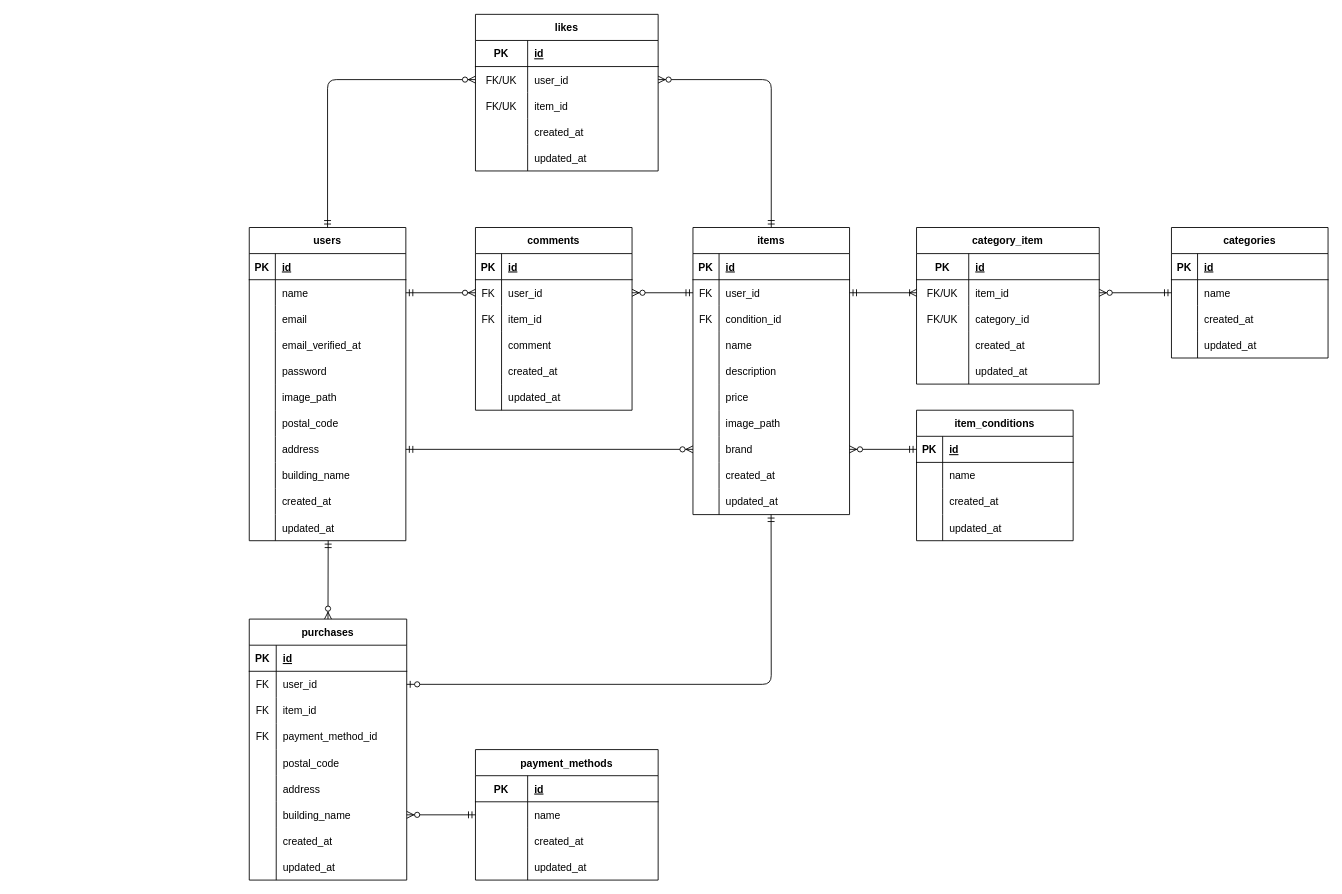
Before: ER.drawio in fukuda983667/coachtech-furima-back, a draw.io diagram. Source tidied: cells renumbered, new cells numbered last; positions are measured from the earlier drawing's top-left corner, leaving out a move shared by most shapes. Both pictures are drawn from the tidied source at 87%, with x=0, y=0 at pixel (249, 14).
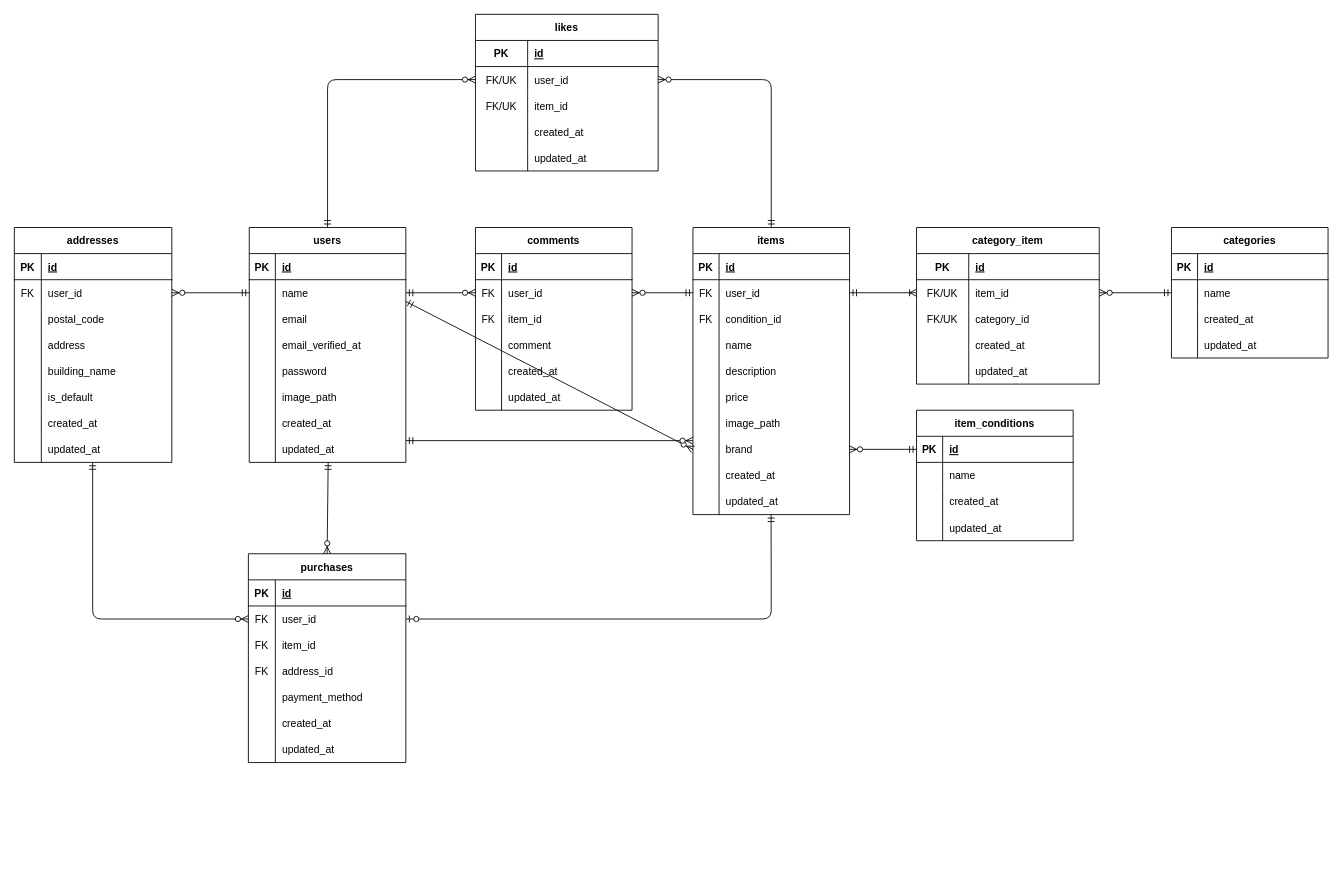
The same page after the edit.

The change refers to these unchanged cells:
```xml
<mxCell id="24" style="shape=tableRow;horizontal=0;startSize=0;swimlaneHead=0;swimlaneBody=0;fillColor=none;points=[[0,0.5],[1,0.5]];portConstraint=eastwest;top=0;left=0;right=0;bottom=0;" parent="2" vertex="1">
  <mxGeometry y="240" width="180" height="30" as="geometry" />
</mxCell>
<mxCell id="30" style="shape=tableRow;horizontal=0;startSize=0;swimlaneHead=0;swimlaneBody=0;fillColor=none;points=[[0,0.5],[1,0.5]];portConstraint=eastwest;top=0;left=0;right=0;bottom=0;" parent="2" vertex="1">
  <mxGeometry y="300" width="180" height="30" as="geometry" />
</mxCell>
<mxCell id="53" style="shape=tableRow;horizontal=0;startSize=0;swimlaneHead=0;swimlaneBody=0;fillColor=none;points=[[0,0.5],[1,0.5]];portConstraint=eastwest;top=0;left=0;right=0;bottom=0;" parent="49" vertex="1">
  <mxGeometry y="60" width="180" height="30" as="geometry" />
</mxCell>
<mxCell id="87" style="shape=tableRow;horizontal=0;startSize=0;swimlaneHead=0;swimlaneBody=0;fillColor=none;points=[[0,0.5],[1,0.5]];portConstraint=eastwest;top=0;left=0;right=0;bottom=0;" parent="83" vertex="1">
  <mxGeometry y="60" width="181" height="30" as="geometry" />
</mxCell>
<mxCell id="93" style="shape=tableRow;horizontal=0;startSize=0;swimlaneHead=0;swimlaneBody=0;fillColor=none;top=0;left=0;right=0;bottom=0;" parent="83" vertex="1">
  <mxGeometry y="120" width="181" height="30" as="geometry" />
</mxCell>
<mxCell id="96" style="shape=tableRow;horizontal=0;startSize=0;swimlaneHead=0;swimlaneBody=0;fillColor=none;top=0;left=0;right=0;bottom=0;" parent="83" vertex="1">
  <mxGeometry y="150" width="181" height="30" as="geometry" />
</mxCell>
```

The edit, as a diff of the source:
```diff
@@
     <mxCell id="49" value="users" style="shape=table;startSize=30;childLayout=tableLayout;rowLines=0;fontStyle=1;align=center;" parent="1" vertex="1">
-      <mxGeometry y="245" width="180" height="360" as="geometry" />
+      <mxGeometry y="245" width="180" height="270" as="geometry" />
     </mxCell>
@@
-    <mxCell id="68" style="shape=tableRow;horizontal=0;startSize=0;swimlaneHead=0;swimlaneBody=0;fillColor=none;top=0;left=0;right=0;bottom=0;" parent="49" vertex="1">
-      <mxGeometry y="210" width="180" height="30" as="geometry" />
-    </mxCell>
-    <mxCell id="69" style="shape=partialRectangle;fillColor=none;top=0;left=0;bottom=0;right=0;overflow=hidden;" parent="68" vertex="1">
-      <mxGeometry width="30" height="30" as="geometry" />
-    </mxCell>
-    <mxCell id="70" value="postal_code" style="shape=partialRectangle;fillColor=none;top=0;left=0;bottom=0;right=0;align=left;spacingLeft=6;overflow=hidden;" parent="68" vertex="1">
-      <mxGeometry x="30" width="150" height="30" as="geometry" />
-    </mxCell>
-    <mxCell id="71" style="shape=tableRow;horizontal=0;startSize=0;swimlaneHead=0;swimlaneBody=0;fillColor=none;points=[[0,0.5],[1,0.5]];portConstraint=eastwest;top=0;left=0;right=0;bottom=0;" parent="49" vertex="1">
-      <mxGeometry y="240" width="180" height="30" as="geometry" />
-    </mxCell>
-    <mxCell id="72" style="shape=partialRectangle;fillColor=none;top=0;left=0;bottom=0;right=0;overflow=hidden;" parent="71" vertex="1">
-      <mxGeometry width="30" height="30" as="geometry" />
-    </mxCell>
-    <mxCell id="73" value="address" style="shape=partialRectangle;fillColor=none;top=0;left=0;bottom=0;right=0;align=left;spacingLeft=6;overflow=hidden;" parent="71" vertex="1">
-      <mxGeometry x="30" width="150" height="30" as="geometry" />
-    </mxCell>
-    <mxCell id="74" style="shape=tableRow;horizontal=0;startSize=0;swimlaneHead=0;swimlaneBody=0;fillColor=none;top=0;left=0;right=0;bottom=0;" parent="49" vertex="1">
-      <mxGeometry y="270" width="180" height="30" as="geometry" />
-    </mxCell>
-    <mxCell id="75" style="shape=partialRectangle;fillColor=none;top=0;left=0;bottom=0;right=0;overflow=hidden;" parent="74" vertex="1">
-      <mxGeometry width="30" height="30" as="geometry" />
-    </mxCell>
-    <mxCell id="76" value="building_name" style="shape=partialRectangle;fillColor=none;top=0;left=0;bottom=0;right=0;align=left;spacingLeft=6;overflow=hidden;" parent="74" vertex="1">
-      <mxGeometry x="30" width="150" height="30" as="geometry" />
-    </mxCell>
     <mxCell id="77" style="shape=tableRow;horizontal=0;startSize=0;swimlaneHead=0;swimlaneBody=0;fillColor=none;top=0;left=0;right=0;bottom=0;" parent="49" vertex="1">
-      <mxGeometry y="300" width="180" height="30" as="geometry" />
+      <mxGeometry y="210" width="180" height="30" as="geometry" />
     </mxCell>
@@
     <mxCell id="80" style="shape=tableRow;horizontal=0;startSize=0;swimlaneHead=0;swimlaneBody=0;fillColor=none;points=[[0,0.5],[1,0.5]];portConstraint=eastwest;top=0;left=0;right=0;bottom=0;" parent="49" vertex="1">
-      <mxGeometry y="330" width="180" height="30" as="geometry" />
+      <mxGeometry y="240" width="180" height="30" as="geometry" />
     </mxCell>
@@
     <mxCell id="83" value="purchases" style="shape=table;startSize=30;childLayout=tableLayout;rowLines=0;fontStyle=1;align=center;" parent="1" vertex="1">
-      <mxGeometry y="695.1" width="181" height="300" as="geometry" />
+      <mxGeometry x="-1" y="620" width="181" height="240" as="geometry" />
     </mxCell>
@@
-    <mxCell id="95" value="payment_method_id" style="shape=partialRectangle;fillColor=none;top=0;left=0;bottom=0;right=0;align=left;spacingLeft=6;overflow=hidden;" parent="93" vertex="1">
+    <mxCell id="95" value="address_id" style="shape=partialRectangle;fillColor=none;top=0;left=0;bottom=0;right=0;align=left;spacingLeft=6;overflow=hidden;" parent="93" vertex="1">
       <mxGeometry x="31" width="150" height="30" as="geometry" />
     </mxCell>
@@
-    <mxCell id="98" value="postal_code" style="shape=partialRectangle;fillColor=none;top=0;left=0;bottom=0;right=0;align=left;spacingLeft=6;overflow=hidden;" parent="96" vertex="1">
+    <mxCell id="98" value="payment_method" style="shape=partialRectangle;fillColor=none;top=0;left=0;bottom=0;right=0;align=left;spacingLeft=6;overflow=hidden;" parent="96" vertex="1">
       <mxGeometry x="31" width="150" height="30" as="geometry" />
     </mxCell>
-    <mxCell id="99" style="shape=tableRow;horizontal=0;startSize=0;swimlaneHead=0;swimlaneBody=0;fillColor=none;top=0;left=0;right=0;bottom=0;" parent="83" vertex="1">
-      <mxGeometry y="180" width="181" height="30" as="geometry" />
-    </mxCell>
-    <mxCell id="100" style="shape=partialRectangle;fillColor=none;top=0;left=0;bottom=0;right=0;overflow=hidden;fontSize=8;" parent="99" vertex="1">
-      <mxGeometry width="31" height="30" as="geometry" />
-    </mxCell>
-    <mxCell id="101" value="address" style="shape=partialRectangle;fillColor=none;top=0;left=0;bottom=0;right=0;align=left;spacingLeft=6;overflow=hidden;" parent="99" vertex="1">
-      <mxGeometry x="31" width="150" height="30" as="geometry" />
-    </mxCell>
-    <mxCell id="102" style="shape=tableRow;horizontal=0;startSize=0;swimlaneHead=0;swimlaneBody=0;fillColor=none;points=[[0,0.5],[1,0.5]];portConstraint=eastwest;top=0;left=0;right=0;bottom=0;" parent="83" vertex="1">
-      <mxGeometry y="210" width="181" height="30" as="geometry" />
-    </mxCell>
-    <mxCell id="103" style="shape=partialRectangle;fillColor=none;top=0;left=0;bottom=0;right=0;overflow=hidden;fontSize=8;" parent="102" vertex="1">
-      <mxGeometry width="31" height="30" as="geometry" />
-    </mxCell>
-    <mxCell id="104" value="building_name" style="shape=partialRectangle;fillColor=none;top=0;left=0;bottom=0;right=0;align=left;spacingLeft=6;overflow=hidden;" parent="102" vertex="1">
-      <mxGeometry x="31" width="150" height="30" as="geometry" />
-    </mxCell>
     <mxCell id="105" style="shape=tableRow;horizontal=0;startSize=0;swimlaneHead=0;swimlaneBody=0;fillColor=none;top=0;left=0;right=0;bottom=0;" parent="83" vertex="1">
-      <mxGeometry y="240" width="181" height="30" as="geometry" />
+      <mxGeometry y="180" width="181" height="30" as="geometry" />
     </mxCell>
@@
     <mxCell id="108" style="shape=tableRow;horizontal=0;startSize=0;swimlaneHead=0;swimlaneBody=0;fillColor=none;top=0;left=0;right=0;bottom=0;" parent="83" vertex="1">
-      <mxGeometry y="270" width="181" height="30" as="geometry" />
+      <mxGeometry y="210" width="181" height="30" as="geometry" />
     </mxCell>
@@
-    <mxCell id="165" style="fontSize=12;html=1;endArrow=ERzeroToMany;startArrow=ERmandOne;elbow=vertical;entryX=0.5;entryY=0;entryDx=0;entryDy=0;exitX=0.504;exitY=0.997;exitDx=0;exitDy=0;exitPerimeter=0;" parent="1" edge="1" source="80" target="83">
+    <mxCell id="165" style="fontSize=12;html=1;endArrow=ERzeroToMany;startArrow=ERmandOne;elbow=vertical;exitX=0.504;exitY=0.997;exitDx=0;exitDy=0;exitPerimeter=0;entryX=0.5;entryY=0;entryDx=0;entryDy=0;" parent="1" edge="1" source="80" target="83">
       <mxGeometry relative="1" as="geometry" />
     </mxCell>
     <mxCell id="166" style="fontSize=12;html=1;endArrow=ERzeroToOne;startArrow=ERmandOne;entryX=1;entryY=0.5;entryDx=0;entryDy=0;exitX=0.499;exitY=0.999;exitDx=0;exitDy=0;exitPerimeter=0;" parent="1" edge="1" source="30" target="87">
       <mxGeometry relative="1" as="geometry">
         <Array as="points">
-          <mxPoint x="600" y="770.1" />
+          <mxPoint x="600" y="695" />
         </Array>
       </mxGeometry>
     </mxCell>
-    <mxCell id="167" style="fontSize=12;html=1;endArrow=ERzeroToMany;startArrow=ERmandOne;elbow=vertical;entryX=0;entryY=0.5;entryDx=0;entryDy=0;exitX=1;exitY=0.5;exitDx=0;exitDy=0;" parent="1" edge="1" source="71" target="24">
-      <mxGeometry relative="1" as="geometry" />
+    <mxCell id="167" style="fontSize=12;html=1;endArrow=ERzeroToMany;startArrow=ERmandOne;elbow=vertical;entryX=0;entryY=0.5;entryDx=0;entryDy=0;exitX=1;exitY=0.5;exitDx=0;exitDy=0;" parent="1" edge="1" target="24">
+      <mxGeometry relative="1" as="geometry">
+        <mxPoint x="180" y="330" as="sourcePoint" />
+      </mxGeometry>
     </mxCell>
@@
-    <mxCell id="169" value="payment_methods" style="shape=table;startSize=30;childLayout=tableLayout;rowLines=0;fontStyle=1;align=center;" parent="1" vertex="1">
-      <mxGeometry x="260" y="845.1" width="210" height="150" as="geometry" />
-    </mxCell>
-    <mxCell id="170" style="shape=tableRow;horizontal=0;startSize=0;swimlaneHead=0;swimlaneBody=0;fillColor=none;top=0;left=0;right=0;bottom=1;" parent="169" vertex="1">
-      <mxGeometry y="30" width="210" height="30" as="geometry" />
-    </mxCell>
-    <mxCell id="171" value="PK" style="shape=partialRectangle;fillColor=none;top=0;left=0;bottom=0;right=0;fontStyle=1;overflow=hidden;" parent="170" vertex="1">
-      <mxGeometry width="60" height="30" as="geometry" />
-    </mxCell>
-    <mxCell id="172" value="id" style="shape=partialRectangle;fillColor=none;top=0;left=0;bottom=0;right=0;align=left;spacingLeft=6;fontStyle=5;overflow=hidden;" parent="170" vertex="1">
-      <mxGeometry x="60" width="150" height="30" as="geometry" />
-    </mxCell>
-    <mxCell id="173" style="shape=tableRow;horizontal=0;startSize=0;swimlaneHead=0;swimlaneBody=0;fillColor=none;points=[[0,0.5],[1,0.5]];portConstraint=eastwest;top=0;left=0;right=0;bottom=0;" parent="169" vertex="1">
-      <mxGeometry y="60" width="210" height="30" as="geometry" />
-    </mxCell>
-    <mxCell id="174" style="shape=partialRectangle;fillColor=none;top=0;left=0;bottom=0;right=0;overflow=hidden;fontSize=12;" parent="173" vertex="1">
-      <mxGeometry width="60" height="30" as="geometry" />
-    </mxCell>
-    <mxCell id="175" value="name" style="shape=partialRectangle;fillColor=none;top=0;left=0;bottom=0;right=0;align=left;spacingLeft=6;overflow=hidden;" parent="173" vertex="1">
-      <mxGeometry x="60" width="150" height="30" as="geometry" />
-    </mxCell>
-    <mxCell id="176" style="shape=tableRow;horizontal=0;startSize=0;swimlaneHead=0;swimlaneBody=0;fillColor=none;top=0;left=0;right=0;bottom=0;" parent="169" vertex="1">
-      <mxGeometry y="90" width="210" height="30" as="geometry" />
-    </mxCell>
-    <mxCell id="177" style="shape=partialRectangle;fillColor=none;top=0;left=0;bottom=0;right=0;overflow=hidden;fontSize=12;" parent="176" vertex="1">
-      <mxGeometry width="60" height="30" as="geometry" />
-    </mxCell>
-    <mxCell id="178" value="created_at" style="shape=partialRectangle;fillColor=none;top=0;left=0;bottom=0;right=0;align=left;spacingLeft=6;overflow=hidden;" parent="176" vertex="1">
-      <mxGeometry x="60" width="150" height="30" as="geometry" />
-    </mxCell>
-    <mxCell id="179" style="shape=tableRow;horizontal=0;startSize=0;swimlaneHead=0;swimlaneBody=0;fillColor=none;top=0;left=0;right=0;bottom=0;" parent="169" vertex="1">
-      <mxGeometry y="120" width="210" height="30" as="geometry" />
-    </mxCell>
-    <mxCell id="180" style="shape=partialRectangle;fillColor=none;top=0;left=0;bottom=0;right=0;overflow=hidden;" parent="179" vertex="1">
-      <mxGeometry width="60" height="30" as="geometry" />
-    </mxCell>
-    <mxCell id="181" value="updated_at" style="shape=partialRectangle;fillColor=none;top=0;left=0;bottom=0;right=0;align=left;spacingLeft=6;overflow=hidden;" parent="179" vertex="1">
-      <mxGeometry x="60" width="150" height="30" as="geometry" />
-    </mxCell>
-    <mxCell id="182" style="fontSize=12;html=1;endArrow=ERzeroToMany;startArrow=ERmandOne;elbow=vertical;entryX=1;entryY=0.5;entryDx=0;entryDy=0;exitX=0;exitY=0.5;exitDx=0;exitDy=0;" parent="1" edge="1" source="173" target="102">
-      <mxGeometry relative="1" as="geometry" />
-    </mxCell>
@@
+    <mxCell id="197" value="addresses" style="shape=table;startSize=30;childLayout=tableLayout;rowLines=0;fontStyle=1;align=center;" parent="1" vertex="1">
+      <mxGeometry x="-270" y="245" width="181" height="270" as="geometry" />
+    </mxCell>
+    <mxCell id="198" style="shape=tableRow;horizontal=0;startSize=0;swimlaneHead=0;swimlaneBody=0;fillColor=none;top=0;left=0;right=0;bottom=1;" parent="197" vertex="1">
+      <mxGeometry y="30" width="181" height="30" as="geometry" />
+    </mxCell>
+    <mxCell id="171" value="PK" style="shape=partialRectangle;fillColor=none;top=0;left=0;bottom=0;right=0;fontStyle=1;overflow=hidden;" parent="198" vertex="1">
+      <mxGeometry width="31" height="30" as="geometry" />
+    </mxCell>
+    <mxCell id="172" value="id" style="shape=partialRectangle;fillColor=none;top=0;left=0;bottom=0;right=0;align=left;spacingLeft=6;fontStyle=5;overflow=hidden;" parent="198" vertex="1">
+      <mxGeometry x="31" width="150" height="30" as="geometry" />
+    </mxCell>
+    <mxCell id="199" style="shape=tableRow;horizontal=0;startSize=0;swimlaneHead=0;swimlaneBody=0;fillColor=none;points=[[0,0.5],[1,0.5]];portConstraint=eastwest;top=0;left=0;right=0;bottom=0;" parent="197" vertex="1">
+      <mxGeometry y="60" width="181" height="30" as="geometry" />
+    </mxCell>
+    <mxCell id="200" value="FK" style="shape=partialRectangle;fillColor=none;top=0;left=0;bottom=0;right=0;overflow=hidden;fontSize=12;" parent="199" vertex="1">
+      <mxGeometry width="31" height="30" as="geometry" />
+    </mxCell>
+    <mxCell id="201" value="user_id" style="shape=partialRectangle;fillColor=none;top=0;left=0;bottom=0;right=0;align=left;spacingLeft=6;overflow=hidden;" parent="199" vertex="1">
+      <mxGeometry x="31" width="150" height="30" as="geometry" />
+    </mxCell>
+    <mxCell id="202" style="shape=tableRow;horizontal=0;startSize=0;swimlaneHead=0;swimlaneBody=0;fillColor=none;top=0;left=0;right=0;bottom=0;" parent="197" vertex="1">
+      <mxGeometry y="90" width="181" height="30" as="geometry" />
+    </mxCell>
+    <mxCell id="203" style="shape=partialRectangle;fillColor=none;top=0;left=0;bottom=0;right=0;overflow=hidden;fontSize=8;" parent="202" vertex="1">
+      <mxGeometry width="31" height="30" as="geometry" />
+    </mxCell>
+    <mxCell id="70" value="postal_code" style="shape=partialRectangle;fillColor=none;top=0;left=0;bottom=0;right=0;align=left;spacingLeft=6;overflow=hidden;" parent="202" vertex="1">
+      <mxGeometry x="31" width="150" height="30" as="geometry" />
+    </mxCell>
+    <mxCell id="204" style="shape=tableRow;horizontal=0;startSize=0;swimlaneHead=0;swimlaneBody=0;fillColor=none;top=0;left=0;right=0;bottom=0;" parent="197" vertex="1">
+      <mxGeometry y="120" width="181" height="30" as="geometry" />
+    </mxCell>
+    <mxCell id="205" style="shape=partialRectangle;fillColor=none;top=0;left=0;bottom=0;right=0;overflow=hidden;fontSize=8;" parent="204" vertex="1">
+      <mxGeometry width="31" height="30" as="geometry" />
+    </mxCell>
+    <mxCell id="101" value="address" style="shape=partialRectangle;fillColor=none;top=0;left=0;bottom=0;right=0;align=left;spacingLeft=6;overflow=hidden;" parent="204" vertex="1">
+      <mxGeometry x="31" width="150" height="30" as="geometry" />
+    </mxCell>
+    <mxCell id="206" style="shape=tableRow;horizontal=0;startSize=0;swimlaneHead=0;swimlaneBody=0;fillColor=none;top=0;left=0;right=0;bottom=0;" parent="197" vertex="1">
+      <mxGeometry y="150" width="181" height="30" as="geometry" />
+    </mxCell>
+    <mxCell id="207" style="shape=partialRectangle;fillColor=none;top=0;left=0;bottom=0;right=0;overflow=hidden;fontSize=8;" parent="206" vertex="1">
+      <mxGeometry width="31" height="30" as="geometry" />
+    </mxCell>
+    <mxCell id="104" value="building_name" style="shape=partialRectangle;fillColor=none;top=0;left=0;bottom=0;right=0;align=left;spacingLeft=6;overflow=hidden;" parent="206" vertex="1">
+      <mxGeometry x="31" width="150" height="30" as="geometry" />
+    </mxCell>
+    <mxCell id="99" style="shape=tableRow;horizontal=0;startSize=0;swimlaneHead=0;swimlaneBody=0;fillColor=none;top=0;left=0;right=0;bottom=0;" parent="197" vertex="1">
+      <mxGeometry y="180" width="181" height="30" as="geometry" />
+    </mxCell>
+    <mxCell id="208" style="shape=partialRectangle;fillColor=none;top=0;left=0;bottom=0;right=0;overflow=hidden;fontSize=8;" parent="99" vertex="1">
+      <mxGeometry width="31" height="30" as="geometry" />
+    </mxCell>
+    <mxCell id="209" value="is_default" style="shape=partialRectangle;fillColor=none;top=0;left=0;bottom=0;right=0;align=left;spacingLeft=6;overflow=hidden;" parent="99" vertex="1">
+      <mxGeometry x="31" width="150" height="30" as="geometry" />
+    </mxCell>
+    <mxCell id="102" style="shape=tableRow;horizontal=0;startSize=0;swimlaneHead=0;swimlaneBody=0;fillColor=none;points=[[0,0.5],[1,0.5]];portConstraint=eastwest;top=0;left=0;right=0;bottom=0;" parent="197" vertex="1">
+      <mxGeometry y="210" width="181" height="30" as="geometry" />
+    </mxCell>
+    <mxCell id="210" style="shape=partialRectangle;fillColor=none;top=0;left=0;bottom=0;right=0;overflow=hidden;" parent="102" vertex="1">
+      <mxGeometry width="31" height="30" as="geometry" />
+    </mxCell>
+    <mxCell id="178" value="created_at" style="shape=partialRectangle;fillColor=none;top=0;left=0;bottom=0;right=0;align=left;spacingLeft=6;overflow=hidden;" parent="102" vertex="1">
+      <mxGeometry x="31" width="150" height="30" as="geometry" />
+    </mxCell>
+    <mxCell id="211" style="shape=tableRow;horizontal=0;startSize=0;swimlaneHead=0;swimlaneBody=0;fillColor=none;top=0;left=0;right=0;bottom=0;" parent="197" vertex="1">
+      <mxGeometry y="240" width="181" height="30" as="geometry" />
+    </mxCell>
+    <mxCell id="212" style="shape=partialRectangle;fillColor=none;top=0;left=0;bottom=0;right=0;overflow=hidden;" parent="211" vertex="1">
+      <mxGeometry width="31" height="30" as="geometry" />
+    </mxCell>
+    <mxCell id="181" value="updated_at" style="shape=partialRectangle;fillColor=none;top=0;left=0;bottom=0;right=0;align=left;spacingLeft=6;overflow=hidden;" parent="211" vertex="1">
+      <mxGeometry x="31" width="150" height="30" as="geometry" />
+    </mxCell>
+    <mxCell id="213" style="fontSize=12;html=1;endArrow=ERzeroToMany;startArrow=ERmandOne;elbow=vertical;" parent="1" edge="1">
+      <mxGeometry relative="1" as="geometry">
+        <mxPoint x="180" y="490" as="sourcePoint" />
+        <mxPoint x="510" y="490" as="targetPoint" />
+      </mxGeometry>
+    </mxCell>
+    <mxCell id="214" style="fontSize=12;html=1;endArrow=ERzeroToMany;startArrow=ERmandOne;elbow=vertical;exitX=0.504;exitY=0.997;exitDx=0;exitDy=0;exitPerimeter=0;entryX=0;entryY=0.5;entryDx=0;entryDy=0;" parent="1" edge="1" target="87">
+      <mxGeometry relative="1" as="geometry">
+        <mxPoint x="-180" y="514.9" as="sourcePoint" />
+        <Array as="points">
+          <mxPoint x="-180" y="695" />
+        </Array>
+      </mxGeometry>
+    </mxCell>
+    <mxCell id="215" style="fontSize=12;html=1;endArrow=ERzeroToMany;startArrow=ERmandOne;elbow=vertical;entryX=1;entryY=0.5;entryDx=0;entryDy=0;exitX=0;exitY=0.5;exitDx=0;exitDy=0;" parent="1" edge="1" source="53" target="199">
+      <mxGeometry relative="1" as="geometry" />
+    </mxCell>
```
